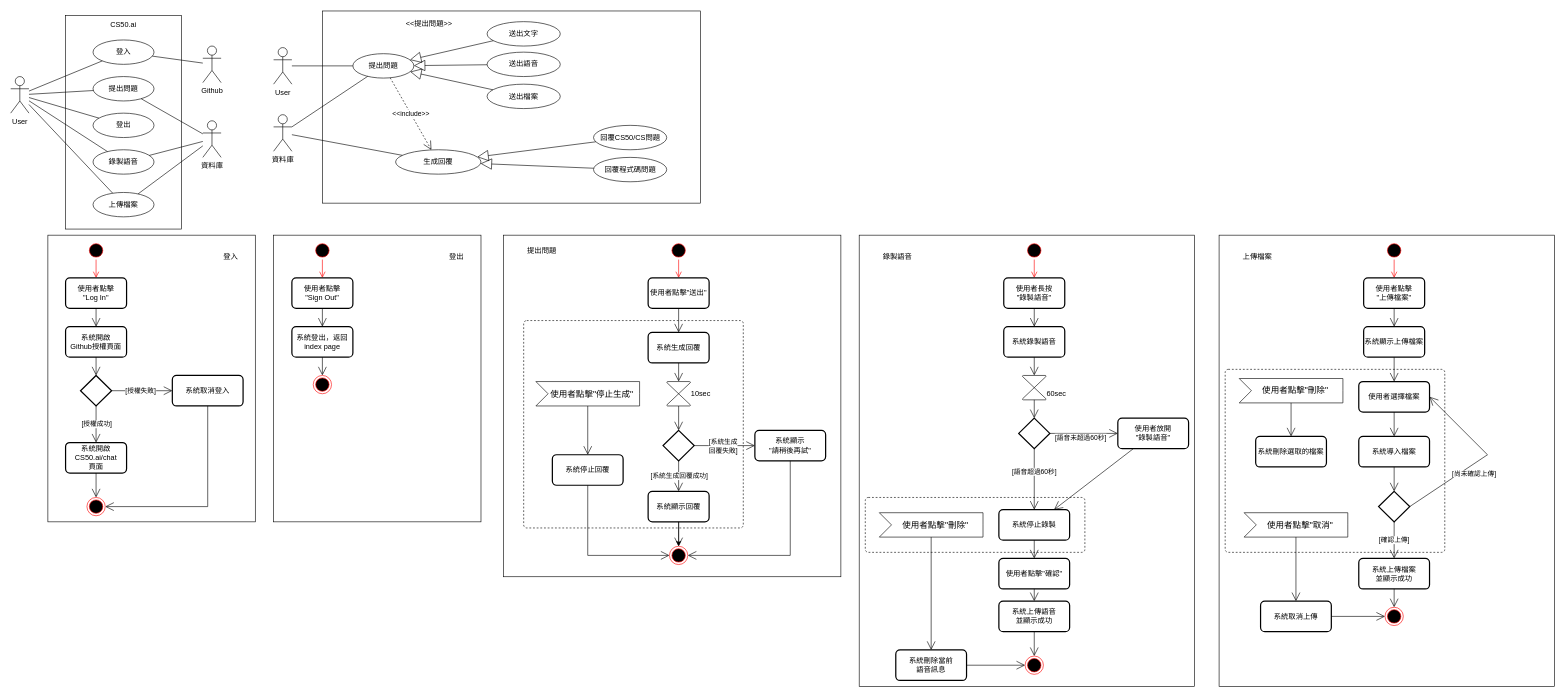
Before: H2.drawio in Miinteaa/Miinteaa, a draw.io diagram. Source tidied: cells renumbered, new cells numbered last; positions are measured from the earlier drawing's top-left corner, leaving out a move shared by most shapes. Both pictures are drawn from the tidied source at 61%, with x=0, y=0 at pixel (10, 10).
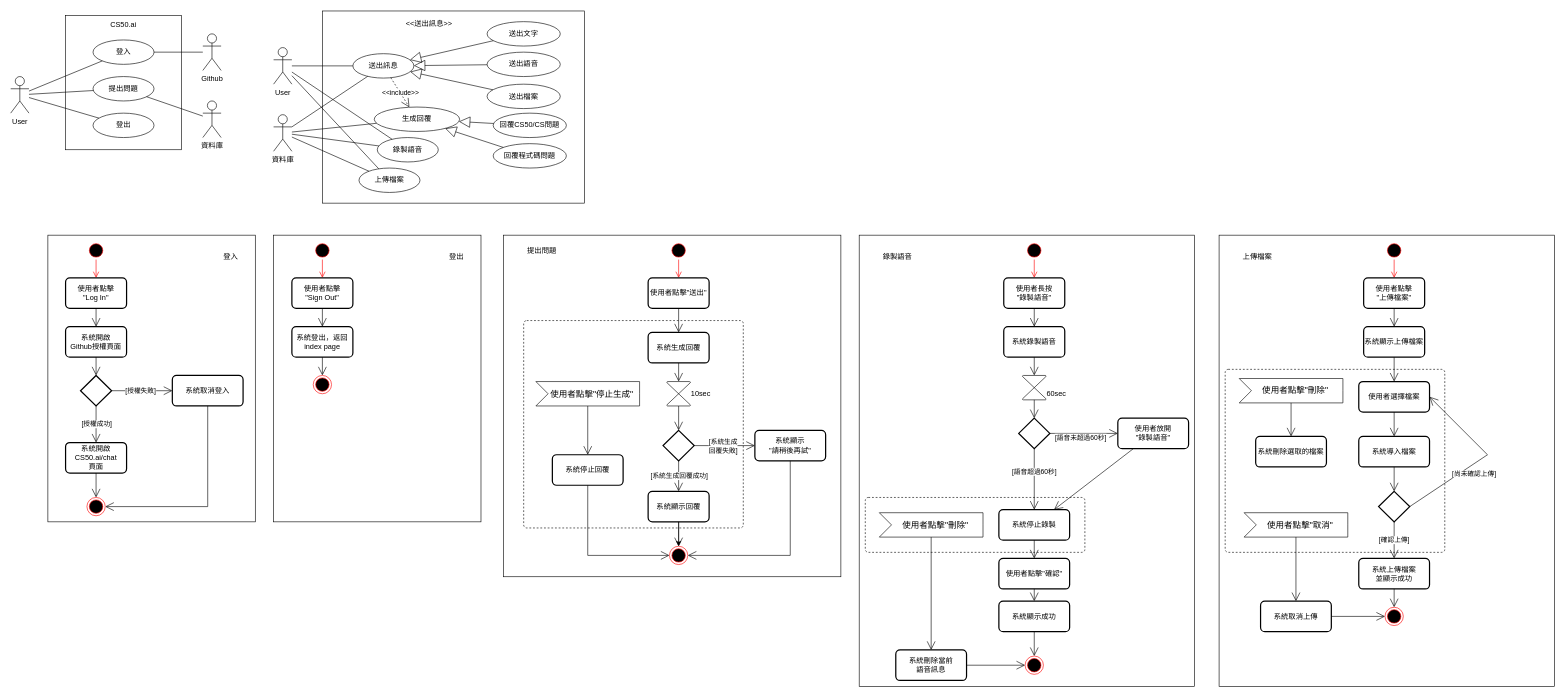
The same page after the edit.

The change refers to these unchanged cells:
```xml
<mxCell id="9" value="User" style="shape=umlActor;verticalLabelPosition=bottom;verticalAlign=top;html=1;outlineConnect=0;" parent="1" vertex="1">
  <mxGeometry y="108" width="30" height="60" as="geometry" />
</mxCell>
<mxCell id="21" value="資料庫" style="shape=umlActor;verticalLabelPosition=bottom;verticalAlign=top;html=1;" parent="1" vertex="1">
  <mxGeometry x="431" y="170.5" width="30" height="60" as="geometry" />
</mxCell>
<mxCell id="29" value="User" style="shape=umlActor;verticalLabelPosition=bottom;verticalAlign=top;html=1;outlineConnect=0;" parent="1" vertex="1">
  <mxGeometry x="431" y="60.5" width="30" height="60" as="geometry" />
</mxCell>
```

Diff of the diagram source:
```diff
@@
     <mxCell id="7" style="rounded=0;whiteSpace=wrap;html=1;" parent="1" vertex="1">
-      <mxGeometry x="511" y="0.5" width="620" height="315" as="geometry" />
+      <mxGeometry x="511" y="0.5" width="430" height="315" as="geometry" />
     </mxCell>
     <mxCell id="8" style="rounded=0;whiteSpace=wrap;html=1;" parent="1" vertex="1">
-      <mxGeometry x="90" y="8" width="190" height="350" as="geometry" />
+      <mxGeometry x="90" y="8" width="190" height="220" as="geometry" />
     </mxCell>
@@
-    <mxCell id="10" value="錄製語音" style="ellipse;whiteSpace=wrap;html=1;" parent="1" vertex="1">
-      <mxGeometry x="135" y="228" width="100" height="40" as="geometry" />
-    </mxCell>
-    <mxCell id="11" value="提出問題" style="ellipse;whiteSpace=wrap;html=1;" parent="1" vertex="1">
+    <mxCell id="11" value="送出訊息" style="ellipse;whiteSpace=wrap;html=1;" parent="1" vertex="1">
       <mxGeometry x="561" y="70.5" width="100" height="40" as="geometry" />
     </mxCell>
     <mxCell id="12" value="回覆程式碼問題" style="ellipse;whiteSpace=wrap;html=1;" parent="1" vertex="1">
-      <mxGeometry x="955.5" y="240.5" width="120" height="40" as="geometry" />
+      <mxGeometry x="791" y="218" width="120" height="40" as="geometry" />
     </mxCell>
     <mxCell id="13" value="回覆CS50/CS問題" style="ellipse;whiteSpace=wrap;html=1;" parent="1" vertex="1">
-      <mxGeometry x="955.5" y="188" width="120" height="40" as="geometry" />
+      <mxGeometry x="791" y="168" width="120" height="40" as="geometry" />
     </mxCell>
@@
-    <mxCell id="17" style="endArrow=none;html=1;rounded=0;" parent="1" edge="1" source="9" target="10">
-      <mxGeometry relative="1" as="geometry" />
-    </mxCell>
-    <mxCell id="18" style="endArrow=none;html=1;rounded=0;" parent="1" edge="1" source="9" target="30">
-      <mxGeometry relative="1" as="geometry" />
-    </mxCell>
@@
     <mxCell id="22" value="生成回覆" style="ellipse;whiteSpace=wrap;html=1;" parent="1" vertex="1">
-      <mxGeometry x="631" y="228" width="140" height="40" as="geometry" />
+      <mxGeometry x="596" y="158" width="140" height="40" as="geometry" />
     </mxCell>
@@
-    <mxCell id="24" style="endArrow=none;html=1;rounded=0;" parent="1" edge="1" source="30" target="34">
-      <mxGeometry relative="1" as="geometry" />
-    </mxCell>
-    <mxCell id="25" style="endArrow=none;html=1;rounded=0;" parent="1" edge="1" source="10" target="34">
-      <mxGeometry relative="1" as="geometry" />
-    </mxCell>
@@
     <mxCell id="27" value="Github" style="shape=umlActor;verticalLabelPosition=bottom;verticalAlign=top;html=1;" parent="1" vertex="1">
-      <mxGeometry x="315" y="58" width="30" height="60" as="geometry" />
+      <mxGeometry x="315" y="38" width="30" height="60" as="geometry" />
     </mxCell>
@@
-    <mxCell id="30" value="上傳檔案" style="ellipse;whiteSpace=wrap;html=1;" parent="1" vertex="1">
-      <mxGeometry x="135" y="298" width="100" height="40" as="geometry" />
-    </mxCell>
@@
     <mxCell id="34" value="資料庫" style="shape=umlActor;verticalLabelPosition=bottom;verticalAlign=top;html=1;" parent="1" vertex="1">
-      <mxGeometry x="315" y="180.5" width="30" height="60" as="geometry" />
+      <mxGeometry x="315" y="148" width="30" height="60" as="geometry" />
     </mxCell>
@@
-    <mxCell id="37" value="&amp;lt;&amp;lt;提出問題&amp;gt;&amp;gt;" style="text;html=1;strokeColor=none;fillColor=none;align=center;verticalAlign=middle;whiteSpace=wrap;rounded=0;" parent="1" vertex="1">
+    <mxCell id="37" value="&amp;lt;&amp;lt;送出訊息&amp;gt;&amp;gt;" style="text;html=1;strokeColor=none;fillColor=none;align=center;verticalAlign=middle;whiteSpace=wrap;rounded=0;" parent="1" vertex="1">
       <mxGeometry x="636" y="5.5" width="100" height="30" as="geometry" />
     </mxCell>
@@
-    <mxCell id="123" value="系統上傳語音&lt;br&gt;並顯示成功" style="rounded=1;whiteSpace=wrap;html=1;absoluteArcSize=1;arcSize=14;strokeWidth=2;" parent="1" vertex="1">
+    <mxCell id="123" value="系統顯示成功" style="rounded=1;whiteSpace=wrap;html=1;absoluteArcSize=1;arcSize=14;strokeWidth=2;" parent="1" vertex="1">
       <mxGeometry x="1620" y="968" width="116" height="50" as="geometry" />
     </mxCell>
@@
+    <mxCell id="10" value="錄製語音" style="ellipse;whiteSpace=wrap;html=1;" parent="1" vertex="1">
+      <mxGeometry x="601" y="208" width="100" height="40" as="geometry" />
+    </mxCell>
+    <mxCell id="30" value="上傳檔案" style="ellipse;whiteSpace=wrap;html=1;" parent="1" vertex="1">
+      <mxGeometry x="571" y="258" width="100" height="40" as="geometry" />
+    </mxCell>
+    <mxCell id="153" style="endArrow=none;html=1;rounded=0;" parent="1" edge="1" source="29" target="10">
+      <mxGeometry relative="1" as="geometry" />
+    </mxCell>
+    <mxCell id="154" style="endArrow=none;html=1;rounded=0;" parent="1" edge="1" source="21" target="10">
+      <mxGeometry relative="1" as="geometry" />
+    </mxCell>
+    <mxCell id="155" style="endArrow=none;html=1;rounded=0;" parent="1" edge="1" source="21" target="30">
+      <mxGeometry relative="1" as="geometry" />
+    </mxCell>
+    <mxCell id="156" style="endArrow=none;html=1;rounded=0;" parent="1" edge="1" source="29" target="30">
+      <mxGeometry relative="1" as="geometry" />
+    </mxCell>
```
